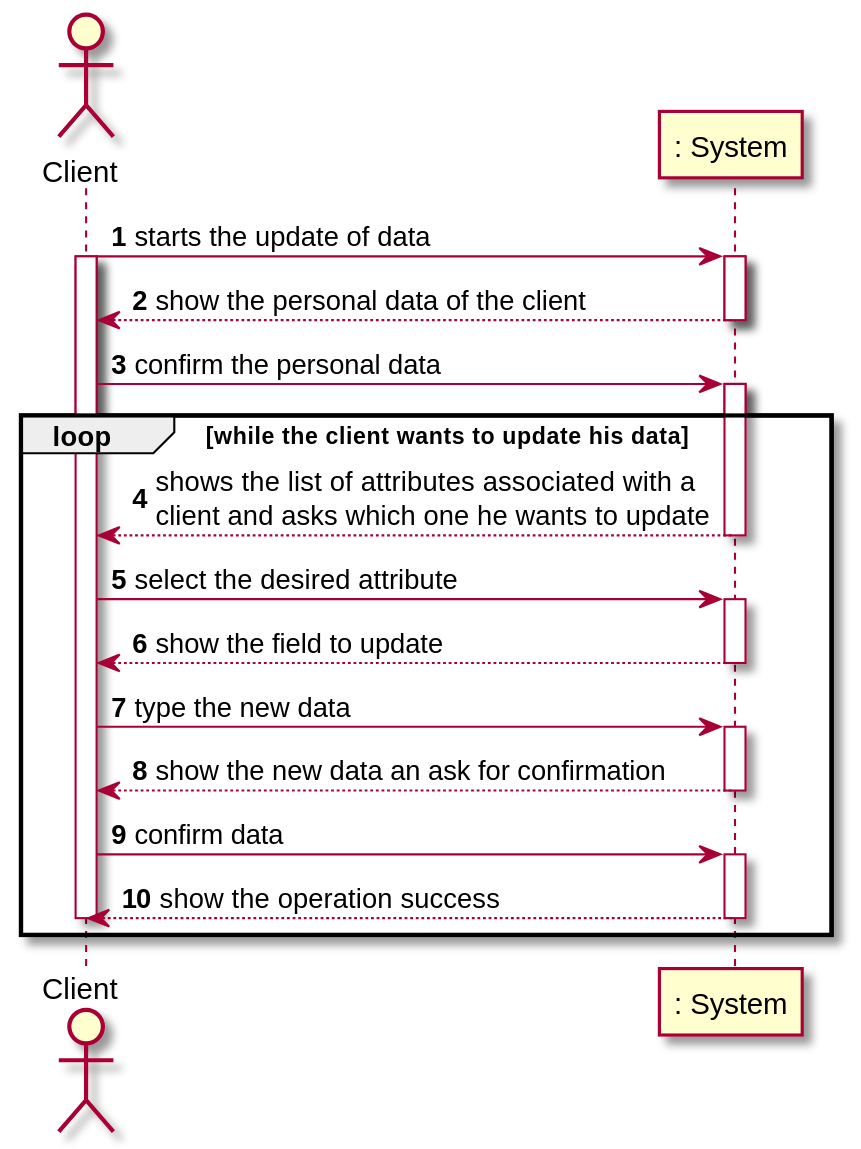
The PlantUML diagram docs/SprintD/US02/US02_SSD.svg in manu-07-ela/LAPR2_ISEP, before a commit.
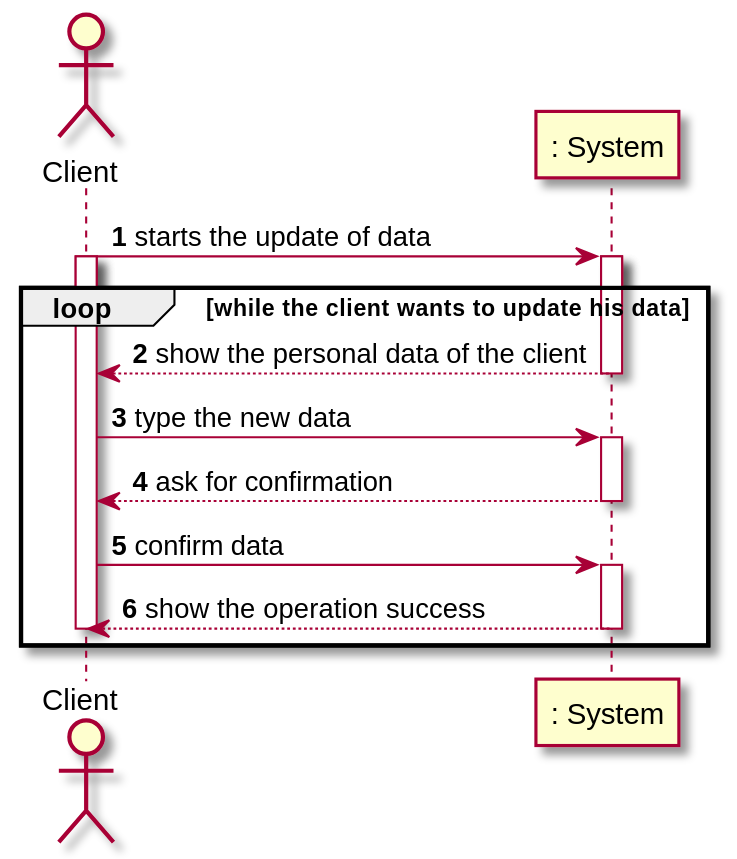
Later version of the same file.

Change to the diagram source:
```diff
@@ -7,20 +7,12 @@
 CLIENT->SYSTEM : starts the update of data
 activate CLIENT
 activate SYSTEM
+loop while the client wants to update his data
 SYSTEM-->CLIENT : show the personal data of the client
-deactivate SYSTEM
-CLIENT->SYSTEM : confirm the personal data
-activate SYSTEM
-loop while the client wants to update his data
-SYSTEM-->CLIENT : shows the list of attributes associated with a \nclient and asks which one he wants to update
-deactivate SYSTEM
-CLIENT->SYSTEM : select the desired attribute
-activate SYSTEM
-SYSTEM-->CLIENT : show the field to update
 deactivate SYSTEM
 CLIENT->SYSTEM : type the new data
 activate SYSTEM
-SYSTEM-->CLIENT : show the new data an ask for confirmation
+SYSTEM-->CLIENT : ask for confirmation
 deactivate SYSTEM
 CLIENT->SYSTEM: confirm data
 activate SYSTEM
```
